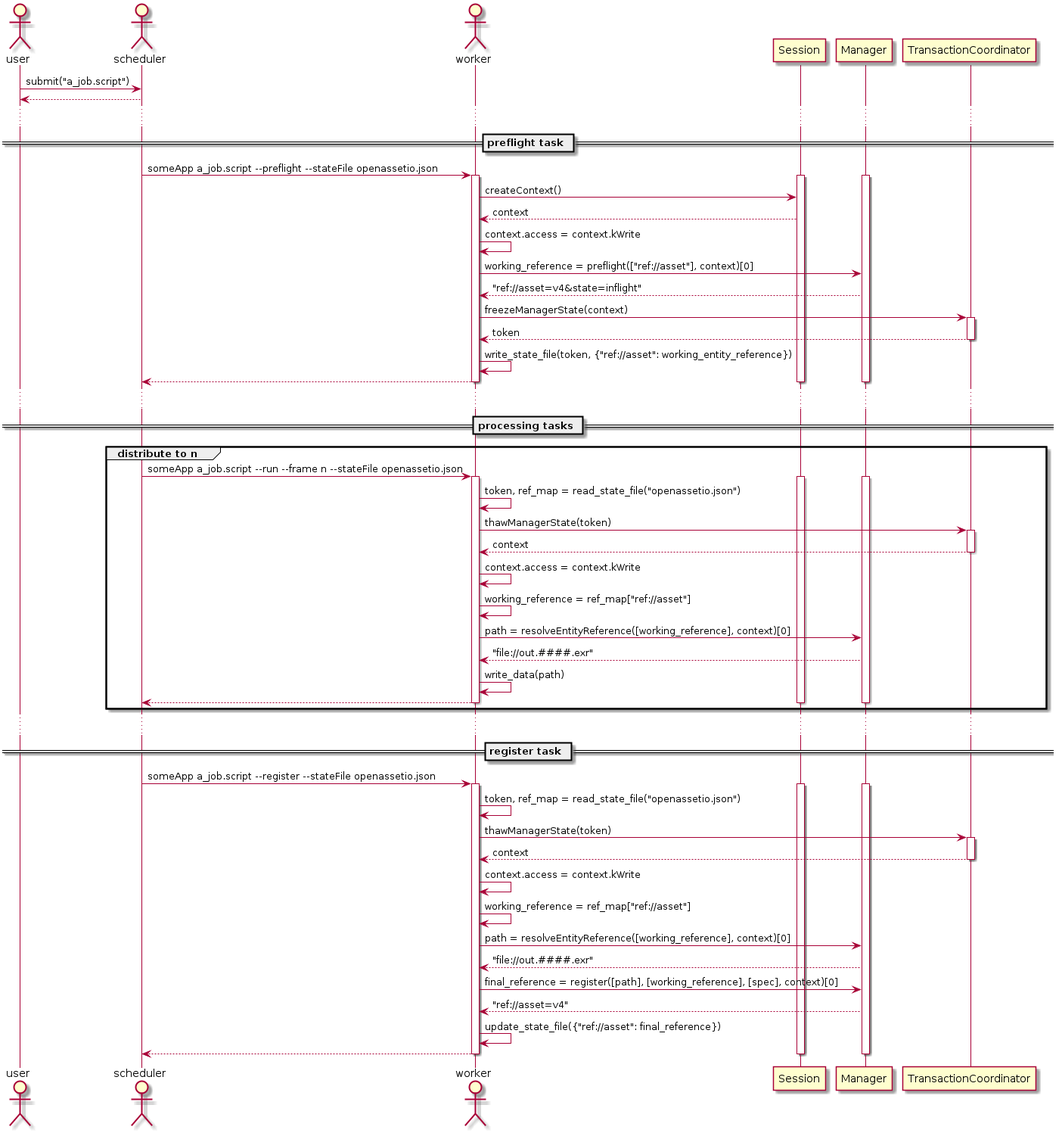
Above: docs/inline_umlgraph_2.png in OpenAssetIO/OpenAssetIO (PlantUML), before the change.
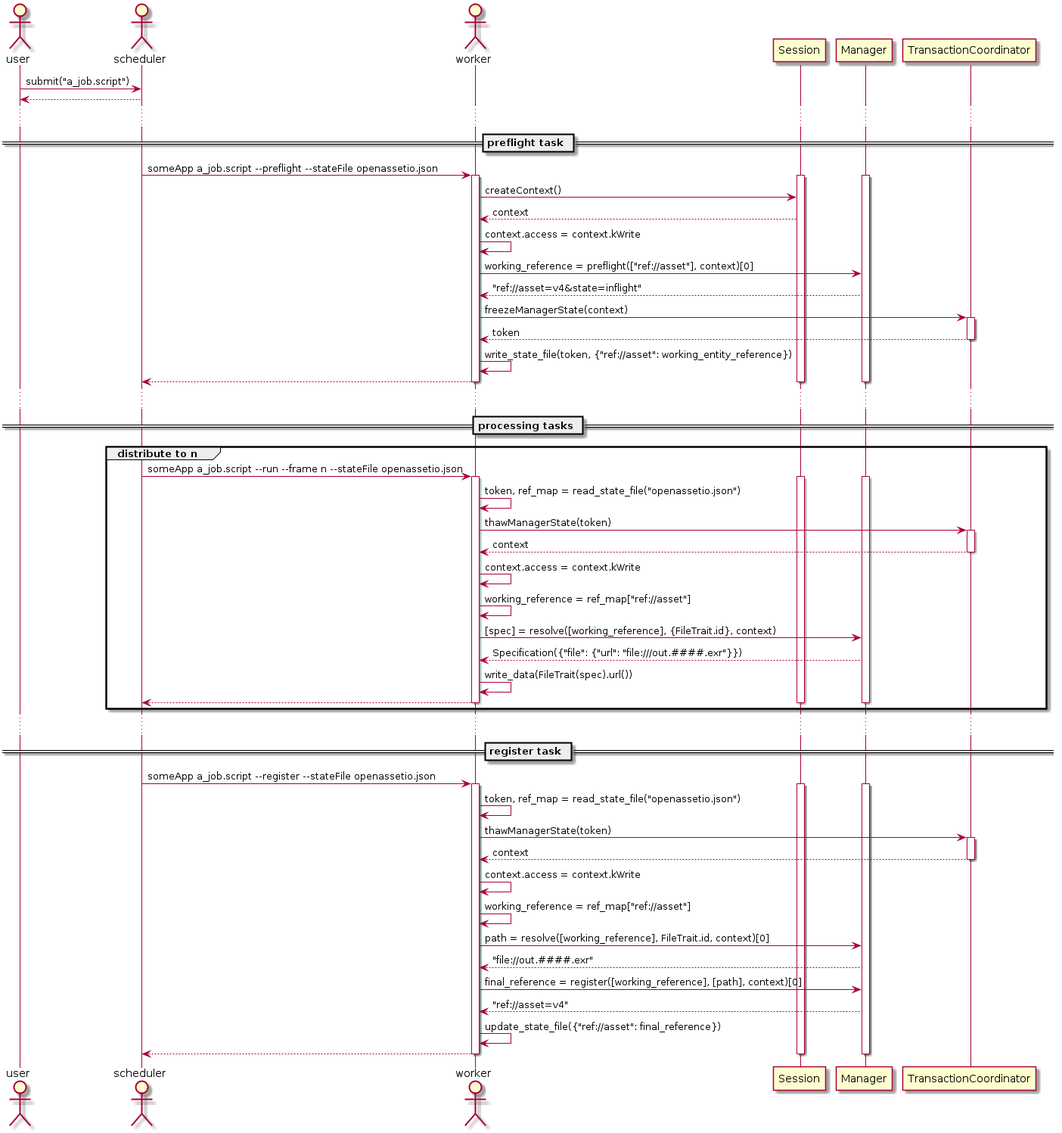
The same file after the commit.

What changed in the source:
```diff
@@ -38,9 +38,9 @@
     deactivate TransactionCoordinator
     worker -> worker : context.access = context.kWrite
     worker -> worker : working_reference = ref_map["ref://asset"]
-    worker -> Manager : path = resolveEntityReference([working_reference], context)[0]
-    Manager --> worker : "file://out.####.exr"
-    worker -> worker : write_data(path)
+    worker -> Manager : [spec] = resolve([working_reference], {FileTrait.id}, context)
+    Manager --> worker : Specification({"file": {"url": "file:///out.####.exr"}})
+    worker -> worker : write_data(FileTrait(spec).url())
     worker --> scheduler
     deactivate Session
     deactivate Manager
@@ -59,9 +59,9 @@
 deactivate TransactionCoordinator
 worker -> worker : context.access = context.kWrite
 worker -> worker : working_reference = ref_map["ref://asset"]
-worker -> Manager : path = resolveEntityReference([working_reference], context)[0]
+worker -> Manager : path = resolve([working_reference], FileTrait.id, context)[0]
 Manager --> worker : "file://out.####.exr"
-worker -> Manager : final_reference = register([path], [working_reference], [spec], context)[0]
+worker -> Manager : final_reference = register([working_reference], [path], context)[0]
 Manager --> worker : "ref://asset=v4"
 worker -> worker : update_state_file({"ref://asset": final_reference})
 worker --> scheduler
```
